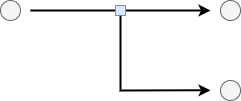
Before: specification/src/assets/diagrams/EdgeCall.png, a diagram exported from draw.io (epi-project/brane-documentation). Source tidied: cells renumbered, new cells last; positions are measured from the earlier drawing's top-left corner, leaving out a move shared by most shapes. Source of this version:
```xml
<mxGraphModel>
  <root>
    <mxCell id="0" />
    <mxCell id="1" parent="0" />
    <mxCell id="2" style="endArrow=classic;html=1;rounded=0;strokeWidth=2;endFill=1;" parent="1" edge="1">
      <mxGeometry relative="1" as="geometry">
        <mxPoint x="120" y="10" as="sourcePoint" />
        <mxPoint x="210" y="89.9" as="targetPoint" />
        <Array as="points">
          <mxPoint x="120" y="90" />
        </Array>
      </mxGeometry>
    </mxCell>
    <mxCell id="3" style="ellipse;whiteSpace=wrap;html=1;fillColor=#f5f5f5;fontColor=#333333;strokeColor=#666666;" parent="1" vertex="1">
      <mxGeometry width="20" height="20" as="geometry" />
    </mxCell>
    <mxCell id="4" style="endArrow=classic;html=1;rounded=0;strokeWidth=2;endFill=1;" parent="1" edge="1">
      <mxGeometry relative="1" as="geometry">
        <mxPoint x="30" y="10" as="sourcePoint" />
        <mxPoint x="210" y="10" as="targetPoint" />
      </mxGeometry>
    </mxCell>
    <mxCell id="5" style="ellipse;whiteSpace=wrap;html=1;fillColor=#f5f5f5;fontColor=#333333;strokeColor=#666666;" parent="1" vertex="1">
      <mxGeometry x="220" y="80" width="20" height="20" as="geometry" />
    </mxCell>
    <mxCell id="6" style="ellipse;whiteSpace=wrap;html=1;fillColor=#f5f5f5;fontColor=#333333;strokeColor=#666666;" parent="1" vertex="1">
      <mxGeometry x="220" width="20" height="20" as="geometry" />
    </mxCell>
    <mxCell id="7" style="whiteSpace=wrap;html=1;fillColor=#dae8fc;strokeColor=#6c8ebf;" parent="1" vertex="1">
      <mxGeometry x="115" y="5" width="10" height="10" as="geometry" />
    </mxCell>
  </root>
</mxGraphModel>
```
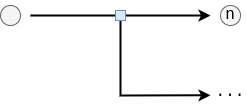
The same diagram one commit later.

What changed in the source:
```diff
@@ -20,14 +20,17 @@
         <mxPoint x="210" y="10" as="targetPoint" />
       </mxGeometry>
     </mxCell>
-    <mxCell id="5" style="ellipse;whiteSpace=wrap;html=1;fillColor=#f5f5f5;fontColor=#333333;strokeColor=#666666;" parent="1" vertex="1">
-      <mxGeometry x="220" y="80" width="20" height="20" as="geometry" />
-    </mxCell>
     <mxCell id="6" style="ellipse;whiteSpace=wrap;html=1;fillColor=#f5f5f5;fontColor=#333333;strokeColor=#666666;" parent="1" vertex="1">
       <mxGeometry x="220" width="20" height="20" as="geometry" />
     </mxCell>
     <mxCell id="7" style="whiteSpace=wrap;html=1;fillColor=#dae8fc;strokeColor=#6c8ebf;" parent="1" vertex="1">
       <mxGeometry x="115" y="5" width="10" height="10" as="geometry" />
     </mxCell>
+    <mxCell id="8" value="&lt;font face=&quot;Courier New&quot; style=&quot;font-size: 16px;&quot;&gt;n&lt;/font&gt;" style="text;html=1;strokeColor=none;fillColor=none;align=center;verticalAlign=middle;whiteSpace=wrap;rounded=0;" parent="1" vertex="1">
+      <mxGeometry x="215" y="-5" width="30" height="30" as="geometry" />
+    </mxCell>
+    <mxCell id="9" value="&lt;font face=&quot;Courier New&quot; style=&quot;font-size: 16px;&quot;&gt;...&lt;/font&gt;" style="text;html=1;strokeColor=none;fillColor=none;align=center;verticalAlign=middle;whiteSpace=wrap;rounded=0;" parent="1" vertex="1">
+      <mxGeometry x="215" y="72" width="30" height="30" as="geometry" />
+    </mxCell>
   </root>
 </mxGraphModel>
```
